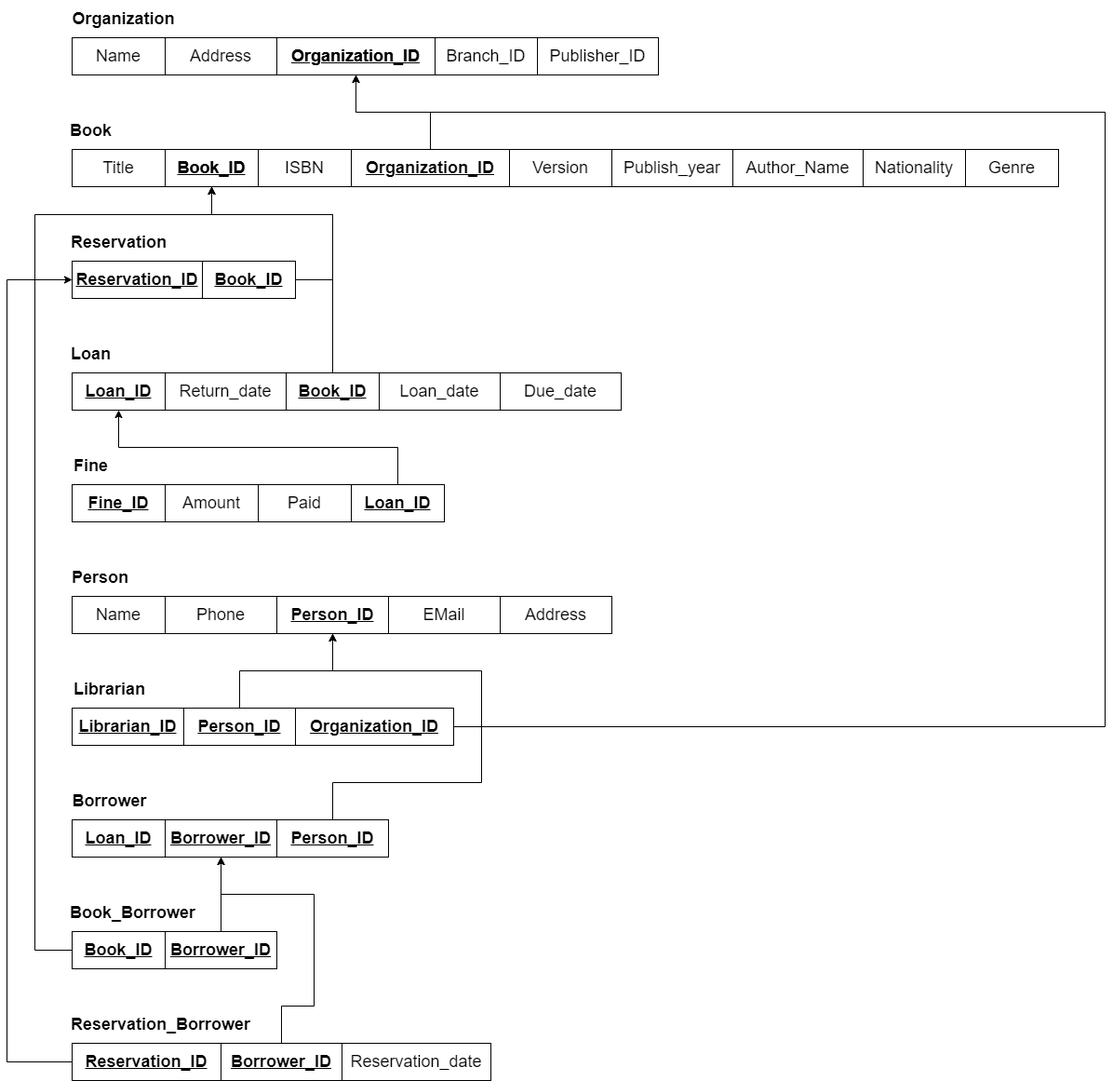
The draw.io diagram Relational_Model/Relational Model - Initial.png in YouAndMEME/sose23-database, before a commit. Source tidied: cells renumbered, new cells last; positions are measured from the earlier drawing's top-left corner, leaving out a move shared by most shapes.
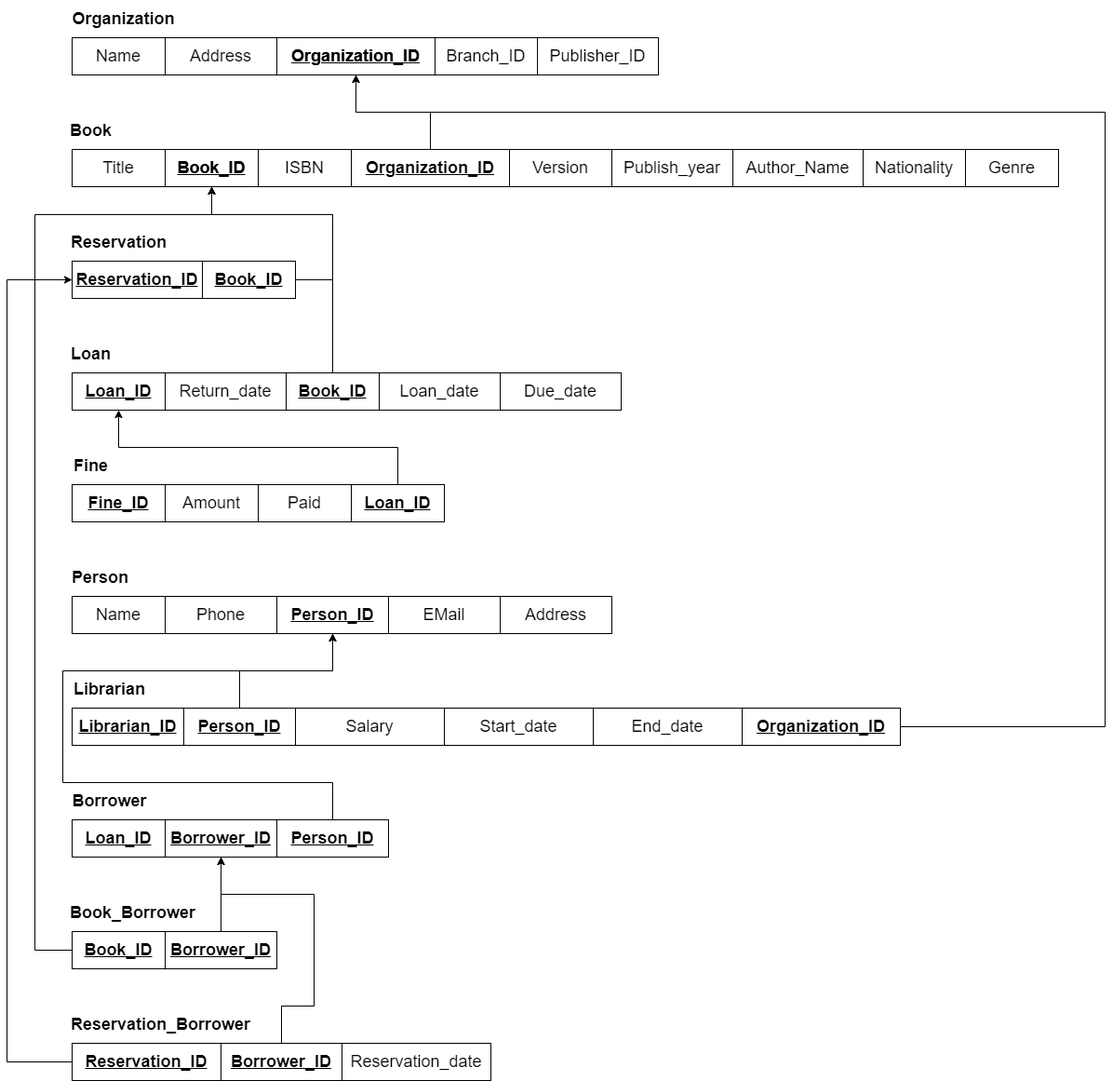
After the change.

What changed in the source:
```diff
@@ -156,8 +156,8 @@
       <mxGeometry relative="1" as="geometry">
         <Array as="points">
           <mxPoint x="350" y="840" />
-          <mxPoint x="510" y="840" />
-          <mxPoint x="510" y="720" />
+          <mxPoint x="60" y="840" />
+          <mxPoint x="60" y="720" />
           <mxPoint x="350" y="720" />
         </Array>
       </mxGeometry>
@@ -229,7 +229,7 @@
       </mxGeometry>
     </mxCell>
     <mxCell id="60" value="&lt;b&gt;Organization_ID&lt;/b&gt;" style="whiteSpace=wrap;html=1;align=center;strokeColor=default;fontSize=18;fillColor=none;fontStyle=4;" parent="1" vertex="1">
-      <mxGeometry x="310" y="760" width="170" height="40" as="geometry" />
+      <mxGeometry x="790" y="760" width="170" height="40" as="geometry" />
     </mxCell>
     <mxCell id="61" value="Address" style="whiteSpace=wrap;html=1;align=center;strokeColor=default;fontSize=18;fillColor=none;" parent="1" vertex="1">
       <mxGeometry x="530" y="640" width="120" height="40" as="geometry" />
@@ -246,5 +246,14 @@
     <mxCell id="65" value="Nationality" style="whiteSpace=wrap;html=1;align=center;strokeColor=default;fontSize=18;fillColor=none;" parent="1" vertex="1">
       <mxGeometry x="920" y="160" width="110" height="40" as="geometry" />
     </mxCell>
+    <mxCell id="66" value="Salary" style="whiteSpace=wrap;html=1;align=center;strokeColor=default;fontSize=18;fillColor=none;" parent="1" vertex="1">
+      <mxGeometry x="310" y="760" width="160" height="40" as="geometry" />
+    </mxCell>
+    <mxCell id="67" value="End_date" style="whiteSpace=wrap;html=1;align=center;strokeColor=default;fontSize=18;fillColor=none;" parent="1" vertex="1">
+      <mxGeometry x="630" y="760" width="160" height="40" as="geometry" />
+    </mxCell>
+    <mxCell id="68" value="Start_date" style="whiteSpace=wrap;html=1;align=center;strokeColor=default;fontSize=18;fillColor=none;" parent="1" vertex="1">
+      <mxGeometry x="470" y="760" width="160" height="40" as="geometry" />
+    </mxCell>
   </root>
 </mxGraphModel>
```
